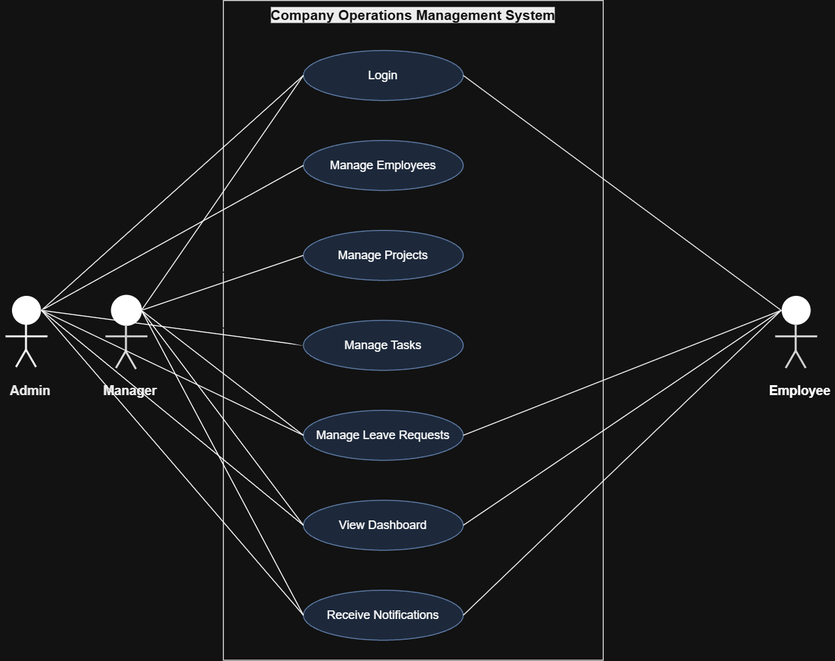
The draw.io diagram diagrams/use-case-diagram.drawio.png in Vidushi-coder/company-operations-management-system, before a commit. Source tidied: cells renumbered, new cells last; positions are measured from the earlier drawing's top-left corner, leaving out a move shared by most shapes. Its diagram source:
```xml
<mxGraphModel>
  <root>
    <mxCell id="0" />
    <mxCell id="1" parent="0" />
    <mxCell id="2" value="&lt;font style=&quot;font-size: 14px; background-color: rgb(0, 0, 0);&quot;&gt;Company Operations Management System&lt;/font&gt;" style="rounded=0;whiteSpace=wrap;html=1;fillColor=none;strokeColor=#191919;fontColor=#ffffff;fontSize=13;fontStyle=1;verticalAlign=top;" parent="1" vertex="1">
      <mxGeometry x="223" width="380" height="660" as="geometry" />
    </mxCell>
    <mxCell id="3" value="Login" style="ellipse;whiteSpace=wrap;html=1;fillColor=#dae8fc;strokeColor=#6c8ebf;fontSize=12;" parent="1" vertex="1">
      <mxGeometry x="303" y="50" width="160" height="50" as="geometry" />
    </mxCell>
    <mxCell id="4" value="Manage Employees" style="ellipse;whiteSpace=wrap;html=1;fillColor=#dae8fc;strokeColor=#6c8ebf;fontSize=12;" parent="1" vertex="1">
      <mxGeometry x="303" y="140" width="160" height="50" as="geometry" />
    </mxCell>
    <mxCell id="5" value="Manage Projects" style="ellipse;whiteSpace=wrap;html=1;fillColor=#dae8fc;strokeColor=#6c8ebf;fontSize=12;" parent="1" vertex="1">
      <mxGeometry x="303" y="230" width="160" height="50" as="geometry" />
    </mxCell>
    <mxCell id="6" value="Manage Tasks" style="ellipse;whiteSpace=wrap;html=1;fillColor=#dae8fc;strokeColor=#6c8ebf;fontSize=12;" parent="1" vertex="1">
      <mxGeometry x="303" y="320" width="160" height="50" as="geometry" />
    </mxCell>
    <mxCell id="7" value="Manage Leave Requests" style="ellipse;whiteSpace=wrap;html=1;fillColor=#dae8fc;strokeColor=#6c8ebf;fontSize=12;" parent="1" vertex="1">
      <mxGeometry x="303" y="410" width="160" height="50" as="geometry" />
    </mxCell>
    <mxCell id="8" value="View Dashboard" style="ellipse;whiteSpace=wrap;html=1;fillColor=#dae8fc;strokeColor=#6c8ebf;fontSize=12;" parent="1" vertex="1">
      <mxGeometry x="303" y="500" width="160" height="50" as="geometry" />
    </mxCell>
    <mxCell id="9" value="Receive Notifications" style="ellipse;whiteSpace=wrap;html=1;fillColor=#dae8fc;strokeColor=#6c8ebf;fontSize=12;" parent="1" vertex="1">
      <mxGeometry x="303" y="590" width="160" height="50" as="geometry" />
    </mxCell>
    <mxCell id="10" style="ellipse;whiteSpace=wrap;html=1;fillColor=light-dark(#FFFFFF,#FFFFFF);strokeColor=#ffffff;" parent="1" vertex="1">
      <mxGeometry x="11" y="295" width="30" height="30" as="geometry" />
    </mxCell>
    <mxCell id="11" style="line;strokeColor=light-dark(#FFFFFF,#F8F8F8);fillColor=none;strokeWidth=28;" parent="1" vertex="1">
      <mxGeometry x="25" y="323" width="2" height="30" as="geometry" />
    </mxCell>
    <mxCell id="12" style="line;strokeColor=light-dark(#FFFFFF,#F8F8F8);fillColor=none;horizontal=0;strokeWidth=2;" parent="1" vertex="1">
      <mxGeometry x="5" y="335" width="42" height="2" as="geometry" />
    </mxCell>
    <mxCell id="13" style="line;strokeColor=light-dark(#FFFFFF,#EFEFEF);fillColor=none;rotation=-30;strokeWidth=20;" parent="1" vertex="1">
      <mxGeometry x="30" y="346" width="2" height="25" as="geometry" />
    </mxCell>
    <mxCell id="14" style="line;strokeColor=light-dark(#FFFFFF,#F6F6F6);fillColor=none;rotation=30;strokeWidth=20;" parent="1" vertex="1">
      <mxGeometry x="20" y="346" width="2" height="25" as="geometry" />
    </mxCell>
    <mxCell id="15" value="&lt;font style=&quot;color: light-dark(rgb(0, 0, 0), rgb(231, 231, 231));&quot;&gt;Admin&lt;/font&gt;" style="text;html=1;strokeColor=none;fillColor=none;align=center;verticalAlign=middle;whiteSpace=wrap;rounded=0;fontColor=#ffffff;fontSize=13;fontStyle=1;" parent="1" vertex="1">
      <mxGeometry y="380" width="60" height="20" as="geometry" />
    </mxCell>
    <mxCell id="16" style="ellipse;whiteSpace=wrap;html=1;fillColor=light-dark(#FFFFFF,#FFFFFF);strokeColor=light-dark(#E3E3E3, #ffffff);" parent="1" vertex="1">
      <mxGeometry x="111" y="295" width="30" height="30" as="geometry" />
    </mxCell>
    <mxCell id="17" style="line;strokeColor=#171717;fillColor=none;strokeWidth=28;" parent="1" vertex="1">
      <mxGeometry x="125" y="324" width="2" height="30" as="geometry" />
    </mxCell>
    <mxCell id="18" style="line;strokeColor=#202020;fillColor=none;horizontal=0;strokeWidth=2;" parent="1" vertex="1">
      <mxGeometry x="105" y="335" width="42" height="2" as="geometry" />
    </mxCell>
    <mxCell id="19" style="line;strokeColor=#171717;fillColor=none;rotation=-30;strokeWidth=20;" parent="1" vertex="1">
      <mxGeometry x="130" y="348" width="2" height="25" as="geometry" />
    </mxCell>
    <mxCell id="20" style="line;strokeColor=#151515;fillColor=none;rotation=30;strokeWidth=20;" parent="1" vertex="1">
      <mxGeometry x="120" y="347" width="2" height="25" as="geometry" />
    </mxCell>
    <mxCell id="21" value="&lt;font style=&quot;color: light-dark(rgb(0, 0, 0), rgb(237, 237, 237));&quot;&gt;Manager&lt;/font&gt;" style="text;html=1;strokeColor=none;fillColor=none;align=center;verticalAlign=middle;whiteSpace=wrap;rounded=0;fontColor=#ffffff;fontSize=13;fontStyle=1;" parent="1" vertex="1">
      <mxGeometry x="95" y="380" width="70" height="20" as="geometry" />
    </mxCell>
    <mxCell id="22" style="ellipse;whiteSpace=wrap;html=1;fillColor=light-dark(#FFFFFF,#FFFFFF);strokeColor=#ffffff;" parent="1" vertex="1">
      <mxGeometry x="781" y="295" width="30" height="30" as="geometry" />
    </mxCell>
    <mxCell id="23" style="line;strokeColor=#191919;fillColor=#F2F2F2;labelBackgroundColor=light-dark(#FFFFFF,#E3E3E3);strokeWidth=28;" parent="1" vertex="1">
      <mxGeometry x="795" y="324" width="2" height="30" as="geometry" />
    </mxCell>
    <mxCell id="24" style="line;strokeColor=#151515;fillColor=light-dark(#FFFFFF,#E0E0E0);horizontal=0;labelBackgroundColor=light-dark(#FFFFFF,#D7D7D7);strokeWidth=2;" parent="1" vertex="1">
      <mxGeometry x="775" y="335" width="42" height="2" as="geometry" />
    </mxCell>
    <mxCell id="25" style="line;strokeColor=#1E1E1E;fillColor=none;rotation=-30;strokeWidth=20;" parent="1" vertex="1">
      <mxGeometry x="800" y="347" width="2" height="25" as="geometry" />
    </mxCell>
    <mxCell id="26" style="line;strokeColor=#1E1E1E;fillColor=none;rotation=30;strokeWidth=20;" parent="1" vertex="1">
      <mxGeometry x="790" y="347" width="2" height="25" as="geometry" />
    </mxCell>
    <mxCell id="27" value="&lt;font style=&quot;color: light-dark(rgb(0, 0, 0), rgb(255, 255, 255));&quot;&gt;Employee&lt;/font&gt;" style="text;html=1;strokeColor=none;fillColor=none;align=center;verticalAlign=middle;whiteSpace=wrap;rounded=0;fontColor=#ffffff;fontSize=13;fontStyle=1;" parent="1" vertex="1">
      <mxGeometry x="765" y="380" width="70" height="20" as="geometry" />
    </mxCell>
    <mxCell id="28" style="endArrow=none;strokeColor=light-dark(#FFFFFF,#F8F8F8);exitX=1;exitY=0.5;entryX=0;entryY=0.5;" parent="1" edge="1" source="10" target="3">
      <mxGeometry relative="1" as="geometry" />
    </mxCell>
    <mxCell id="29" style="endArrow=none;strokeColor=light-dark(#FFFFFF,#FEFEFE);exitX=1;exitY=0.5;entryX=0;entryY=0.5;" parent="1" edge="1" source="10" target="4">
      <mxGeometry relative="1" as="geometry" />
    </mxCell>
    <mxCell id="30" style="endArrow=none;strokeColor=#ffffff;exitX=1;exitY=0.5;entryX=0;entryY=0.5;" parent="1" edge="1" source="10" target="5">
      <mxGeometry relative="1" as="geometry" />
    </mxCell>
    <mxCell id="31" style="endArrow=none;strokeColor=light-dark(#FFFFFF,#FDFDFD);exitX=1;exitY=0.5;entryX=0;entryY=0.5;" parent="1" edge="1" source="10" target="6">
      <mxGeometry relative="1" as="geometry" />
    </mxCell>
    <mxCell id="32" style="endArrow=none;strokeColor=light-dark(#FFFFFF,#F6F6F6);exitX=1;exitY=0.5;entryX=0;entryY=0.5;" parent="1" edge="1" source="10" target="7">
      <mxGeometry relative="1" as="geometry" />
    </mxCell>
    <mxCell id="33" style="endArrow=none;strokeColor=light-dark(#FFFFFF,#FDFDFD);exitX=1;exitY=0.5;entryX=0;entryY=0.5;" parent="1" edge="1" source="10" target="8">
      <mxGeometry relative="1" as="geometry" />
    </mxCell>
    <mxCell id="34" style="endArrow=none;strokeColor=light-dark(#FFFFFF,#FBFBFB);exitX=1;exitY=0.5;entryX=0;entryY=0.5;" parent="1" edge="1" source="10" target="9">
      <mxGeometry relative="1" as="geometry" />
    </mxCell>
    <mxCell id="35" style="endArrow=none;strokeColor=light-dark(#FFFFFF,#F8F8F8);exitX=1;exitY=0.5;entryX=0;entryY=0.5;" parent="1" edge="1" source="16" target="3">
      <mxGeometry relative="1" as="geometry" />
    </mxCell>
    <mxCell id="36" style="endArrow=none;strokeColor=light-dark(#FFFFFF,#F8F8F8);exitX=1;exitY=0.5;entryX=0;entryY=0.5;" parent="1" edge="1" source="16" target="5">
      <mxGeometry relative="1" as="geometry" />
    </mxCell>
    <mxCell id="37" style="endArrow=none;strokeColor=#ffffff;exitX=1;exitY=0.5;entryX=0;entryY=0.5;" parent="1" edge="1" source="16" target="6">
      <mxGeometry relative="1" as="geometry" />
    </mxCell>
    <mxCell id="38" style="endArrow=none;strokeColor=light-dark(#FFFFFF,#F8F8F8);exitX=1;exitY=0.5;entryX=0;entryY=0.5;" parent="1" edge="1" source="16" target="7">
      <mxGeometry relative="1" as="geometry" />
    </mxCell>
    <mxCell id="39" style="endArrow=none;strokeColor=light-dark(#FFFFFF,#FEFEFE);exitX=1;exitY=0.5;entryX=0;entryY=0.5;" parent="1" edge="1" source="16" target="8">
      <mxGeometry relative="1" as="geometry" />
    </mxCell>
    <mxCell id="40" style="endArrow=none;strokeColor=light-dark(#FFFFFF,#FFFFFF);exitX=1;exitY=0.5;entryX=0;entryY=0.5;" parent="1" edge="1" source="16" target="9">
      <mxGeometry relative="1" as="geometry" />
    </mxCell>
    <mxCell id="41" style="endArrow=none;strokeColor=light-dark(#FFFFFF,#EDEDED);exitX=0;exitY=0.5;entryX=1;entryY=0.5;" parent="1" edge="1" source="22" target="3">
      <mxGeometry relative="1" as="geometry" />
    </mxCell>
    <mxCell id="42" style="endArrow=none;strokeColor=light-dark(#ffffff, #f8f2f2);exitX=0;exitY=0.5;entryX=1;entryY=0.5;" parent="1" edge="1" source="22" target="7">
      <mxGeometry relative="1" as="geometry" />
    </mxCell>
    <mxCell id="43" style="endArrow=none;strokeColor=light-dark(#FFFFFF,#FBFBFB);exitX=0;exitY=0.5;entryX=1;entryY=0.5;" parent="1" edge="1" source="22" target="8">
      <mxGeometry relative="1" as="geometry" />
    </mxCell>
    <mxCell id="44" style="endArrow=none;strokeColor=light-dark(#FFFFFF,#F4F4F4);exitX=0;exitY=0.5;entryX=1;entryY=0.5;" parent="1" edge="1" source="22" target="9">
      <mxGeometry relative="1" as="geometry" />
    </mxCell>
  </root>
</mxGraphModel>
```
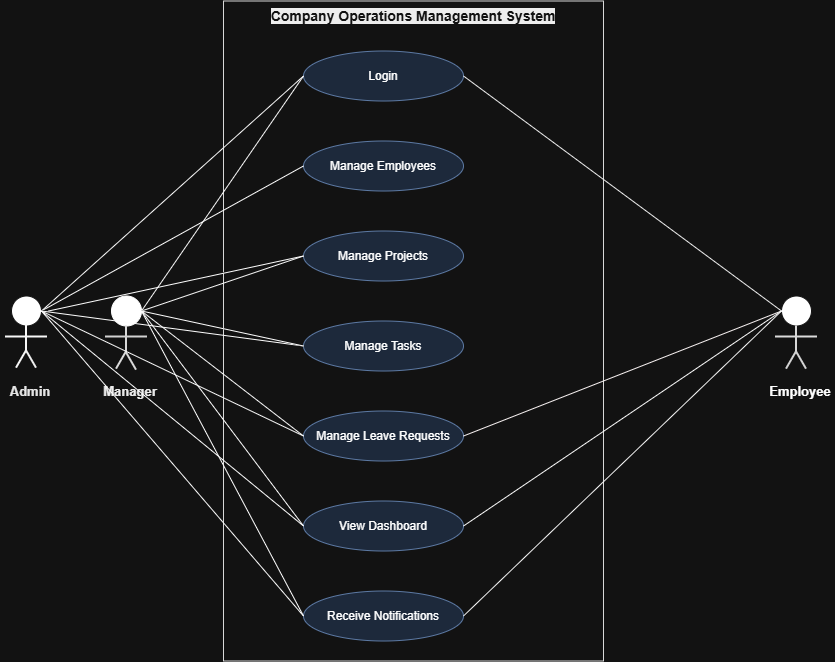
Above is the later version.

Commit message:
Final project completion — Employee Directory internship project

Change to the diagram source:
```diff
@@ -131,5 +131,13 @@
     <mxCell id="44" style="endArrow=none;strokeColor=light-dark(#FFFFFF,#F4F4F4);exitX=0;exitY=0.5;entryX=1;entryY=0.5;" parent="1" edge="1" source="22" target="9">
       <mxGeometry relative="1" as="geometry" />
     </mxCell>
+    <mxCell id="45" style="endArrow=none;html=1;rounded=0;strokeColor=light-dark(#000000,#FEFEFE);entryX=0;entryY=0.5;entryDx=0;entryDy=0;" parent="1" edge="1" target="5">
+      <mxGeometry relative="1" as="geometry">
+        <mxPoint x="48" y="310" as="sourcePoint" />
+      </mxGeometry>
+    </mxCell>
+    <mxCell id="46" style="endArrow=none;html=1;rounded=0;entryX=0;entryY=0.5;entryDx=0;entryDy=0;exitX=1;exitY=0.5;exitDx=0;exitDy=0;" parent="1" edge="1" source="16" target="6">
+      <mxGeometry relative="1" as="geometry" />
+    </mxCell>
   </root>
 </mxGraphModel>
```
